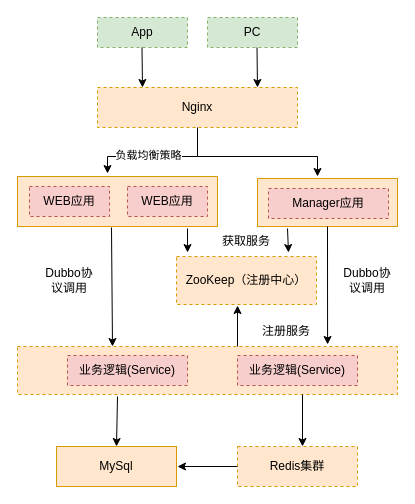
Above: page "分布式" (2 of 5) of ppt1.drawio in liujx2005/liujx2005 (draw.io), before the change. Source tidied: cells renumbered, new cells numbered last; positions are measured from the earlier drawing's top-left corner, leaving out a move shared by most shapes. Both pictures are drawn from the tidied source at 100%, with x=0, y=0 at pixel (17, 17).
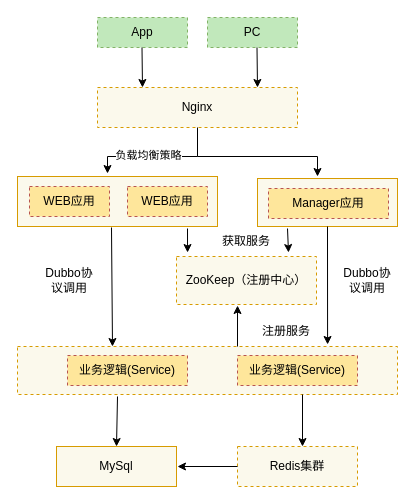
The same diagram, later.

Change to the diagram source:
```diff
@@
-    <mxCell id="2" value="App" style="rounded=0;whiteSpace=wrap;html=1;fillColor=#d5e8d4;strokeColor=#82b366;dashed=1;" parent="1" vertex="1">
+    <mxCell id="2" value="App" style="rounded=0;whiteSpace=wrap;html=1;fillColor=#C1E8BB;strokeColor=#82b366;dashed=1;" parent="1" vertex="1">
       <mxGeometry x="80" width="90" height="30" as="geometry" />
     </mxCell>
-    <mxCell id="3" value="PC" style="rounded=0;whiteSpace=wrap;html=1;fillColor=#d5e8d4;strokeColor=#82b366;dashed=1;" parent="1" vertex="1">
+    <mxCell id="3" value="PC" style="rounded=0;whiteSpace=wrap;html=1;fillColor=#C1E8BB;strokeColor=#82b366;dashed=1;" parent="1" vertex="1">
       <mxGeometry x="190" width="90" height="30" as="geometry" />
     </mxCell>
-    <mxCell id="4" style="rounded=0;whiteSpace=wrap;html=1;fillColor=#ffe6cc;strokeColor=#d79b00;" parent="1" vertex="1">
+    <mxCell id="4" style="rounded=0;whiteSpace=wrap;html=1;fillColor=#FBF9EC;strokeColor=#d79b00;" parent="1" vertex="1">
       <mxGeometry y="159" width="200" height="50" as="geometry" />
     </mxCell>
-    <mxCell id="5" value="WEB应用" style="rounded=0;whiteSpace=wrap;html=1;fillColor=#f8cecc;strokeColor=#b85450;dashed=1;" parent="1" vertex="1">
+    <mxCell id="5" value="WEB应用" style="rounded=0;whiteSpace=wrap;html=1;fillColor=#FEE69B;strokeColor=#b85450;dashed=1;" parent="1" vertex="1">
       <mxGeometry x="12" y="169" width="80" height="30" as="geometry" />
     </mxCell>
@@
-    <mxCell id="8" value="Nginx" style="rounded=0;whiteSpace=wrap;html=1;fillColor=#ffe6cc;strokeColor=#d79b00;dashed=1;" parent="1" vertex="1">
+    <mxCell id="8" value="Nginx" style="rounded=0;whiteSpace=wrap;html=1;fillColor=#FBF9EC;strokeColor=#d79b00;dashed=1;" parent="1" vertex="1">
       <mxGeometry x="80" y="70" width="200" height="40" as="geometry" />
     </mxCell>
@@
-    <mxCell id="11" value="Redis集群" style="rounded=0;whiteSpace=wrap;html=1;fillColor=#ffe6cc;strokeColor=#d79b00;dashed=1;" parent="1" vertex="1">
+    <mxCell id="11" value="Redis集群" style="rounded=0;whiteSpace=wrap;html=1;fillColor=#FBF9EC;strokeColor=#d79b00;dashed=1;" parent="1" vertex="1">
       <mxGeometry x="220" y="429" width="120" height="40" as="geometry" />
     </mxCell>
-    <mxCell id="12" value="MySql" style="rounded=0;whiteSpace=wrap;html=1;fillColor=#ffe6cc;strokeColor=#d79b00;" parent="1" vertex="1">
+    <mxCell id="12" value="MySql" style="rounded=0;whiteSpace=wrap;html=1;fillColor=#FBF9EC;strokeColor=#d79b00;" parent="1" vertex="1">
       <mxGeometry x="39" y="429" width="120" height="40" as="geometry" />
     </mxCell>
-    <mxCell id="13" style="rounded=0;whiteSpace=wrap;html=1;fillColor=#ffe6cc;strokeColor=#d79b00;" parent="1" vertex="1">
+    <mxCell id="13" style="rounded=0;whiteSpace=wrap;html=1;fillColor=#FBF9EC;strokeColor=#d79b00;" parent="1" vertex="1">
       <mxGeometry x="240" y="161" width="140" height="48" as="geometry" />
     </mxCell>
-    <mxCell id="14" value="Manager应用" style="rounded=0;whiteSpace=wrap;html=1;fillColor=#f8cecc;strokeColor=#b85450;dashed=1;" parent="1" vertex="1">
+    <mxCell id="14" value="Manager应用" style="rounded=0;whiteSpace=wrap;html=1;fillColor=#FEE69B;strokeColor=#b85450;dashed=1;" parent="1" vertex="1">
       <mxGeometry x="251" y="171" width="120" height="30" as="geometry" />
     </mxCell>
-    <mxCell id="15" style="rounded=0;whiteSpace=wrap;html=1;fillColor=#ffe6cc;strokeColor=#d79b00;dashed=1;" parent="1" vertex="1">
+    <mxCell id="15" style="rounded=0;whiteSpace=wrap;html=1;fillColor=#FBF9EC;strokeColor=#d79b00;dashed=1;" parent="1" vertex="1">
       <mxGeometry y="329" width="380" height="48" as="geometry" />
     </mxCell>
-    <mxCell id="16" value="业务逻辑(Service)" style="rounded=0;whiteSpace=wrap;html=1;fillColor=#f8cecc;strokeColor=#b85450;dashed=1;" parent="1" vertex="1">
+    <mxCell id="16" value="业务逻辑(Service)" style="rounded=0;whiteSpace=wrap;html=1;fillColor=#FEE69B;strokeColor=#b85450;dashed=1;" parent="1" vertex="1">
       <mxGeometry x="50" y="338" width="120" height="30" as="geometry" />
     </mxCell>
-    <mxCell id="17" value="ZooKeep（注册中心）" style="rounded=0;whiteSpace=wrap;html=1;fillColor=#ffe6cc;strokeColor=#d79b00;dashed=1;" parent="1" vertex="1">
+    <mxCell id="17" value="ZooKeep（注册中心）" style="rounded=0;whiteSpace=wrap;html=1;fillColor=#FBF9EC;strokeColor=#d79b00;dashed=1;" parent="1" vertex="1">
       <mxGeometry x="159" y="239" width="140" height="48" as="geometry" />
     </mxCell>
-    <mxCell id="18" value="WEB应用" style="rounded=0;whiteSpace=wrap;html=1;fillColor=#f8cecc;strokeColor=#b85450;dashed=1;" parent="1" vertex="1">
+    <mxCell id="18" value="WEB应用" style="rounded=0;whiteSpace=wrap;html=1;fillColor=#FEE69B;strokeColor=#b85450;dashed=1;" parent="1" vertex="1">
       <mxGeometry x="110" y="169" width="80" height="30" as="geometry" />
     </mxCell>
-    <mxCell id="19" value="业务逻辑(Service)" style="rounded=0;whiteSpace=wrap;html=1;fillColor=#f8cecc;strokeColor=#b85450;dashed=1;" parent="1" vertex="1">
+    <mxCell id="19" value="业务逻辑(Service)" style="rounded=0;whiteSpace=wrap;html=1;fillColor=#FEE69B;strokeColor=#b85450;dashed=1;" parent="1" vertex="1">
       <mxGeometry x="220" y="338" width="120" height="30" as="geometry" />
     </mxCell>
```
